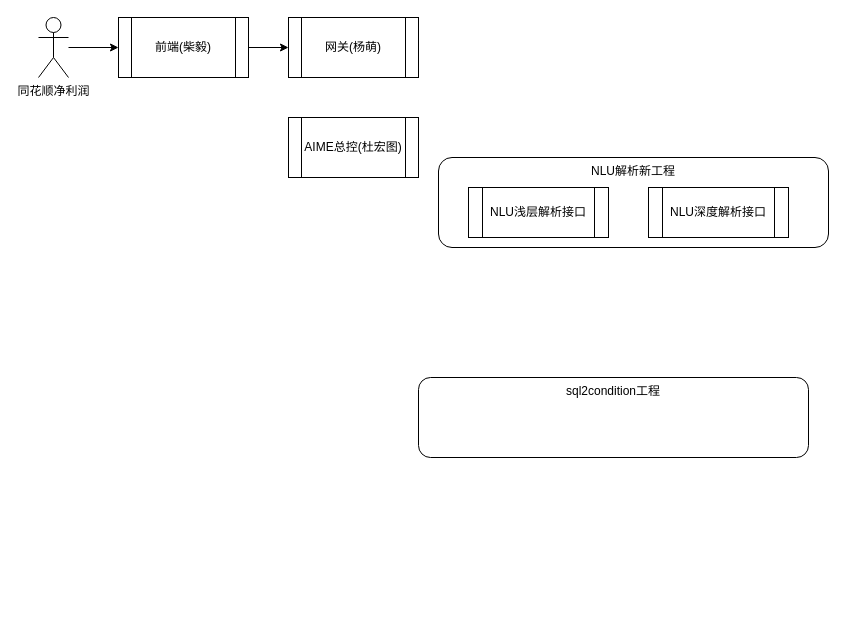
This is 工作汇报流程图.drawio from msb8080/my-diagrams, a draw.io file, before an edit. Source tidied: cells renumbered, new cells numbered last; positions are measured from the earlier drawing's top-left corner, leaving out a move shared by most shapes. Both pictures are drawn from the tidied source at 100%, with x=0, y=0 at pixel (38, 17).
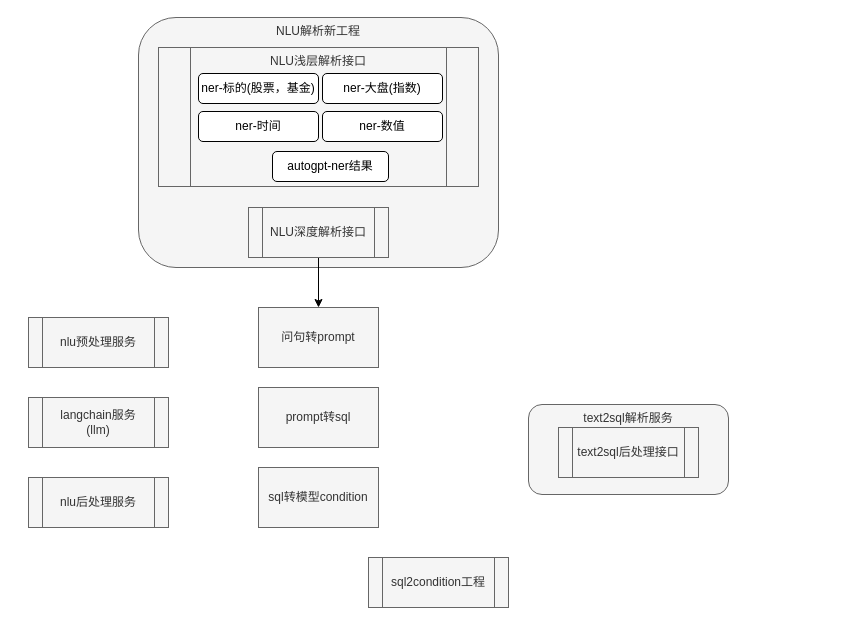
After the change.

Commit message (it also covers changes not shown here):
更新工作汇报流程图.drawio

Change to the diagram source:
```diff
@@
-    <mxCell id="2" value="网关(杨萌)" style="shape=process;whiteSpace=wrap;html=1;backgroundOutline=1;" parent="1" vertex="1">
-      <mxGeometry x="250" width="130" height="60" as="geometry" />
-    </mxCell>
-    <mxCell id="3" style="edgeStyle=orthogonalEdgeStyle;rounded=0;jettySize=auto;html=1;entryX=0;entryY=0.5;entryDx=0;entryDy=0;" parent="1" edge="1" source="4" target="2">
-      <mxGeometry relative="1" as="geometry" />
-    </mxCell>
-    <mxCell id="4" value="前端(柴毅)" style="shape=process;whiteSpace=wrap;html=1;backgroundOutline=1;" parent="1" vertex="1">
-      <mxGeometry x="80" width="130" height="60" as="geometry" />
-    </mxCell>
-    <mxCell id="5" style="edgeStyle=orthogonalEdgeStyle;rounded=0;jettySize=auto;html=1;" parent="1" edge="1" source="6" target="4">
-      <mxGeometry relative="1" as="geometry" />
-    </mxCell>
-    <mxCell id="6" value="同花顺净利润" style="shape=umlActor;verticalLabelPosition=bottom;verticalAlign=top;html=1;outlineConnect=0;" parent="1" vertex="1">
-      <mxGeometry width="30" height="60" as="geometry" />
-    </mxCell>
-    <mxCell id="7" value="AIME总控(杜宏图)" style="shape=process;whiteSpace=wrap;html=1;backgroundOutline=1;" parent="1" vertex="1">
-      <mxGeometry x="250" y="100" width="130" height="60" as="geometry" />
-    </mxCell>
-    <mxCell id="8" value="NLU解析新工程" style="rounded=1;whiteSpace=wrap;html=1;verticalAlign=top;" parent="1" vertex="1">
-      <mxGeometry x="400" y="140" width="390" height="90" as="geometry" />
+    <mxCell id="8" value="NLU解析新工程" style="rounded=1;whiteSpace=wrap;html=1;verticalAlign=top;fillColor=#f5f5f5;fontColor=#333333;strokeColor=#666666;" parent="1" vertex="1">
+      <mxGeometry x="100" width="360" height="250" as="geometry" />
     </mxCell>
+    <mxCell id="12" style="edgeStyle=orthogonalEdgeStyle;rounded=0;jettySize=auto;html=1;" parent="1" edge="1" source="11" target="21">
+      <mxGeometry relative="1" as="geometry" />
+    </mxCell>
+    <mxCell id="11" value="NLU深度解析接口" style="shape=process;whiteSpace=wrap;html=1;backgroundOutline=1;fillColor=#f5f5f5;fontColor=#333333;strokeColor=#666666;" parent="1" vertex="1">
+      <mxGeometry x="210" y="190" width="140" height="50" as="geometry" />
+    </mxCell>
+    <mxCell id="13" value="text2sql解析服务" style="rounded=1;whiteSpace=wrap;html=1;verticalAlign=top;fillColor=#f5f5f5;fontColor=#333333;strokeColor=#666666;" parent="1" vertex="1">
+      <mxGeometry x="490" y="387" width="200" height="90" as="geometry" />
+    </mxCell>
-    <mxCell id="9" value="sql2condition工程" style="rounded=1;whiteSpace=wrap;html=1;verticalAlign=top;" parent="1" vertex="1">
-      <mxGeometry x="380" y="360" width="390" height="80" as="geometry" />
+    <mxCell id="9" value="sql2condition工程" style="shape=process;whiteSpace=wrap;html=1;backgroundOutline=1;fillColor=#f5f5f5;fontColor=#333333;strokeColor=#666666;" parent="1" vertex="1">
+      <mxGeometry x="330" y="540" width="140" height="50" as="geometry" />
     </mxCell>
+    <mxCell id="14" value="text2sql后处理接口" style="shape=process;whiteSpace=wrap;html=1;backgroundOutline=1;fillColor=#f5f5f5;fontColor=#333333;strokeColor=#666666;" parent="1" vertex="1">
+      <mxGeometry x="520" y="410" width="140" height="50" as="geometry" />
+    </mxCell>
+    <mxCell id="15" style="group;" parent="1" vertex="1">
+      <mxGeometry x="120" y="30" width="320" height="139" as="geometry" />
+    </mxCell>
-    <mxCell id="10" value="NLU浅层解析接口" style="shape=process;whiteSpace=wrap;html=1;backgroundOutline=1;" parent="1" vertex="1">
-      <mxGeometry x="430" y="170" width="140" height="50" as="geometry" />
+    <mxCell id="10" value="NLU浅层解析接口" style="shape=process;whiteSpace=wrap;html=1;backgroundOutline=1;verticalAlign=top;fillColor=#f5f5f5;fontColor=#333333;strokeColor=#666666;" parent="15" vertex="1">
+      <mxGeometry width="320" height="139" as="geometry" />
     </mxCell>
-    <mxCell id="11" value="NLU深度解析接口" style="shape=process;whiteSpace=wrap;html=1;backgroundOutline=1;" parent="1" vertex="1">
-      <mxGeometry x="610" y="170" width="140" height="50" as="geometry" />
-    </mxCell>
+    <mxCell id="16" value="ner-标的(股票，基金)" style="rounded=1;whiteSpace=wrap;html=1;" parent="15" vertex="1">
+      <mxGeometry x="40" y="26" width="120" height="30" as="geometry" />
+    </mxCell>
+    <mxCell id="17" value="ner-大盘(指数)" style="rounded=1;whiteSpace=wrap;html=1;" parent="15" vertex="1">
+      <mxGeometry x="164" y="26" width="120" height="30" as="geometry" />
+    </mxCell>
+    <mxCell id="18" value="ner-时间" style="rounded=1;whiteSpace=wrap;html=1;" parent="15" vertex="1">
+      <mxGeometry x="40" y="64" width="120" height="30" as="geometry" />
+    </mxCell>
+    <mxCell id="19" value="ner-数值" style="rounded=1;whiteSpace=wrap;html=1;" parent="15" vertex="1">
+      <mxGeometry x="164" y="64" width="120" height="30" as="geometry" />
+    </mxCell>
+    <mxCell id="20" value="autogpt-ner结果" style="rounded=1;whiteSpace=wrap;html=1;" parent="15" vertex="1">
+      <mxGeometry x="114" y="104" width="116" height="30" as="geometry" />
+    </mxCell>
+    <mxCell id="21" value="问句转prompt" style="whiteSpace=wrap;html=1;fillColor=#f5f5f5;strokeColor=#666666;fontColor=#333333;" parent="1" vertex="1">
+      <mxGeometry x="220" y="290" width="120" height="60" as="geometry" />
+    </mxCell>
+    <mxCell id="22" value="prompt转sql" style="whiteSpace=wrap;html=1;fillColor=#f5f5f5;strokeColor=#666666;fontColor=#333333;" parent="1" vertex="1">
+      <mxGeometry x="220" y="370" width="120" height="60" as="geometry" />
+    </mxCell>
+    <mxCell id="23" value="sql转模型condition" style="whiteSpace=wrap;html=1;fillColor=#f5f5f5;strokeColor=#666666;fontColor=#333333;" parent="1" vertex="1">
+      <mxGeometry x="220" y="450" width="120" height="60" as="geometry" />
+    </mxCell>
+    <mxCell id="24" value="nlu预处理服务" style="shape=process;whiteSpace=wrap;html=1;backgroundOutline=1;fillColor=#f5f5f5;fontColor=#333333;strokeColor=#666666;" parent="1" vertex="1">
+      <mxGeometry x="-10" y="300" width="140" height="50" as="geometry" />
+    </mxCell>
+    <mxCell id="25" value="langchain服务&lt;br&gt;(llm)" style="shape=process;whiteSpace=wrap;html=1;backgroundOutline=1;fillColor=#f5f5f5;fontColor=#333333;strokeColor=#666666;" parent="1" vertex="1">
+      <mxGeometry x="-10" y="380" width="140" height="50" as="geometry" />
+    </mxCell>
+    <mxCell id="26" value="nlu后处理服务" style="shape=process;whiteSpace=wrap;html=1;backgroundOutline=1;fillColor=#f5f5f5;fontColor=#333333;strokeColor=#666666;" parent="1" vertex="1">
+      <mxGeometry x="-10" y="460" width="140" height="50" as="geometry" />
+    </mxCell>
```
